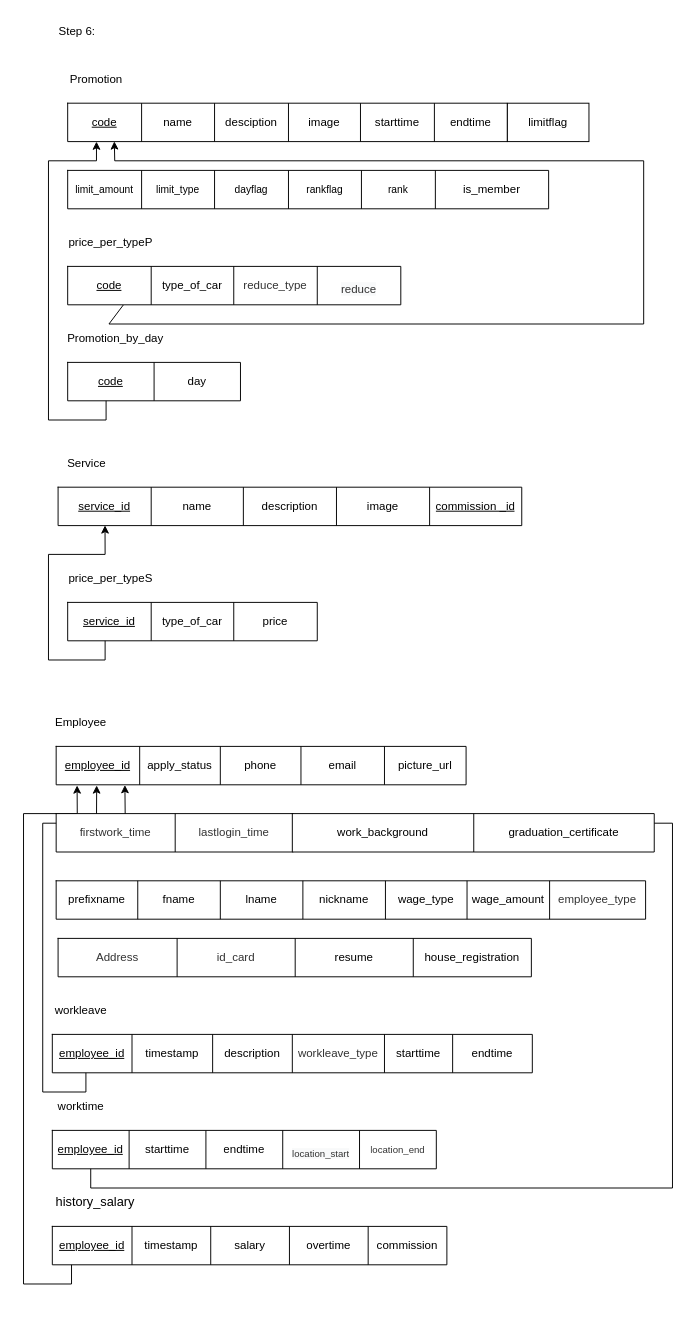
Before: page "Step_P4" (5 of 7) of carcare.drawio in jarawin/carcare, a draw.io diagram. Source tidied: cells renumbered, new cells numbered last; positions are measured from the earlier drawing's top-left corner, leaving out a move shared by most shapes. Both pictures are drawn from the tidied source at 96%, with x=0, y=0 at pixel (23, 16).
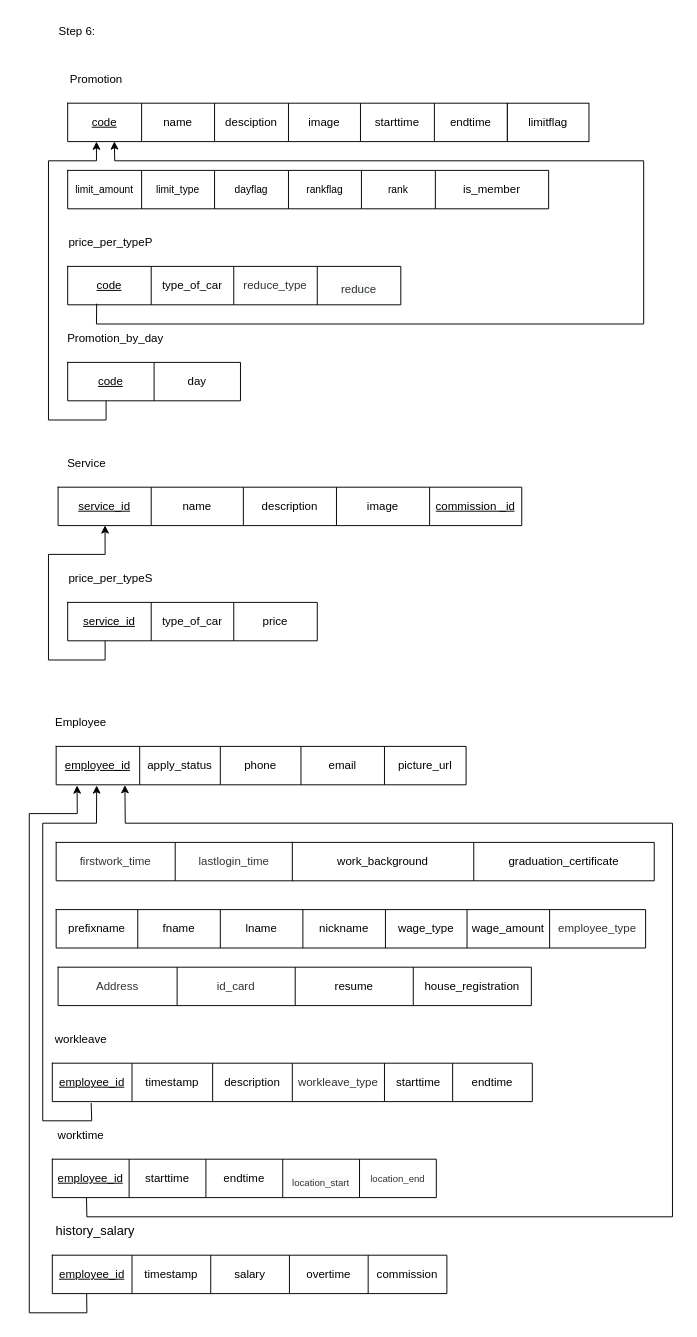
Above is the later version.

The change refers to these unchanged cells:
```xml
<mxCell id="6" style="shape=tableRow;horizontal=0;startSize=0;swimlaneHead=0;swimlaneBody=0;top=0;left=0;bottom=0;right=0;fillColor=none;points=[[0,0.5],[1,0.5]];portConstraint=eastwest;strokeColor=default;fontFamily=Helvetica;fontSize=12;fontColor=default;html=1;" parent="5" vertex="1">
  <mxGeometry width="347" height="40" as="geometry" />
</mxCell>
<mxCell id="29" style="shape=tableRow;horizontal=0;startSize=0;swimlaneHead=0;swimlaneBody=0;top=0;left=0;bottom=0;right=0;fillColor=none;points=[[0,0.5],[1,0.5]];portConstraint=eastwest;strokeColor=default;fontFamily=Helvetica;fontSize=12;fontColor=default;html=1;" parent="28" vertex="1">
  <mxGeometry width="500" height="40" as="geometry" />
</mxCell>
<mxCell id="38" style="shape=tableRow;horizontal=0;startSize=0;swimlaneHead=0;swimlaneBody=0;top=0;left=0;bottom=0;right=0;fillColor=none;points=[[0,0.5],[1,0.5]];portConstraint=eastwest;strokeColor=default;fontFamily=Helvetica;fontSize=12;fontColor=default;html=1;" parent="37" vertex="1">
  <mxGeometry width="400" height="40" as="geometry" />
</mxCell>
<mxCell id="46" style="shape=tableRow;horizontal=0;startSize=0;swimlaneHead=0;swimlaneBody=0;top=0;left=0;bottom=0;right=0;fillColor=none;points=[[0,0.5],[1,0.5]];portConstraint=eastwest;strokeColor=default;fontFamily=Helvetica;fontSize=12;fontColor=default;html=1;" parent="45" vertex="1">
  <mxGeometry width="411" height="40" as="geometry" />
</mxCell>
```

The edit, as a diff of the source:
```diff
@@
-    <mxCell id="17" style="endArrow=classic;html=1;rounded=0;fontFamily=Helvetica;fontSize=12;fontColor=default;startSize=0;exitX=0.167;exitY=1.005;exitDx=0;exitDy=0;exitPerimeter=0;entryX=0.09;entryY=0.995;entryDx=0;entryDy=0;entryPerimeter=0;" parent="1" edge="1" source="6">
+    <mxCell id="17" style="endArrow=classic;html=1;rounded=0;fontFamily=Helvetica;fontSize=12;fontColor=default;startSize=0;entryX=0.09;entryY=0.995;entryDx=0;entryDy=0;entryPerimeter=0;exitX=0.087;exitY=0.972;exitDx=0;exitDy=0;exitPerimeter=0;" parent="1" edge="1" source="6">
       <mxGeometry relative="1" as="geometry">
         <mxPoint x="94.6" y="129.8" as="targetPoint" />
         <Array as="points">
-          <mxPoint x="89" y="320" />
+          <mxPoint x="76" y="320" />
           <mxPoint x="646" y="320" />
           <mxPoint x="646" y="150" />
           <mxPoint x="95" y="150" />
         </Array>
       </mxGeometry>
     </mxCell>
@@
     <mxCell id="27" value="workleave" style="text;html=1;strokeColor=none;fillColor=none;align=center;verticalAlign=middle;whiteSpace=wrap;rounded=0;fontFamily=Helvetica;fontSize=12;fontColor=default;startSize=0;" parent="1" vertex="1">
-      <mxGeometry x="30" y="1020" width="60" height="30" as="geometry" />
+      <mxGeometry x="30" y="1050" width="60" height="30" as="geometry" />
     </mxCell>
     <mxCell id="28" style="shape=table;startSize=0;childLayout=tableLayout;strokeColor=default;fontFamily=Helvetica;fontSize=12;fontColor=default;fillColor=default;html=1;" parent="1" vertex="1">
-      <mxGeometry x="30" y="1060" width="500" height="40" as="geometry" />
+      <mxGeometry x="30" y="1090" width="500" height="40" as="geometry" />
     </mxCell>
@@
     <mxCell id="36" value="worktime" style="text;html=1;strokeColor=none;fillColor=none;align=center;verticalAlign=middle;whiteSpace=wrap;rounded=0;fontFamily=Helvetica;fontSize=12;fontColor=default;startSize=0;" parent="1" vertex="1">
-      <mxGeometry x="30" y="1120" width="60" height="30" as="geometry" />
+      <mxGeometry x="30" y="1150" width="60" height="30" as="geometry" />
     </mxCell>
     <mxCell id="37" style="shape=table;startSize=0;childLayout=tableLayout;strokeColor=default;fontFamily=Helvetica;fontSize=12;fontColor=default;fillColor=default;html=1;" parent="1" vertex="1">
-      <mxGeometry x="30" y="1160" width="400" height="40" as="geometry" />
+      <mxGeometry x="30" y="1190" width="400" height="40" as="geometry" />
     </mxCell>
@@
     <mxCell id="44" value="&lt;p class=&quot;MsoNormal&quot;&gt;&lt;span style=&quot;font-size: 10pt; line-height: 106%; font-family: Helvetica, sans-serif; background-image: initial; background-position: initial; background-size: initial; background-repeat: initial; background-attachment: initial; background-origin: initial; background-clip: initial;&quot;&gt;history_salary&lt;/span&gt;&lt;/p&gt;" style="text;html=1;strokeColor=none;fillColor=none;align=center;verticalAlign=middle;whiteSpace=wrap;rounded=0;fontFamily=Helvetica;fontSize=12;fontColor=default;startSize=0;" parent="1" vertex="1">
-      <mxGeometry x="30" y="1220" width="90" height="30" as="geometry" />
+      <mxGeometry x="30" y="1250" width="90" height="30" as="geometry" />
     </mxCell>
     <mxCell id="45" style="shape=table;startSize=0;childLayout=tableLayout;strokeColor=default;fontFamily=Helvetica;fontSize=12;fontColor=default;fillColor=default;html=1;" parent="1" vertex="1">
-      <mxGeometry x="30" y="1260" width="411" height="40" as="geometry" />
+      <mxGeometry x="30" y="1290" width="411" height="40" as="geometry" />
     </mxCell>
@@
-    <mxCell id="52" style="endArrow=classic;html=1;rounded=0;fontFamily=Helvetica;fontSize=12;fontColor=default;startSize=0;entryX=0.033;entryY=1.017;entryDx=0;entryDy=0;entryPerimeter=0;" parent="1" edge="1">
+    <mxCell id="52" style="endArrow=classic;html=1;rounded=0;fontFamily=Helvetica;fontSize=12;fontColor=default;startSize=0;entryX=0.033;entryY=1.017;entryDx=0;entryDy=0;entryPerimeter=0;exitX=0.087;exitY=1.005;exitDx=0;exitDy=0;exitPerimeter=0;" parent="1" edge="1" source="46">
       <mxGeometry relative="1" as="geometry">
-        <mxPoint x="50" y="1300" as="sourcePoint" />
         <mxPoint x="55.8" y="800.7" as="targetPoint" />
         <Array as="points">
-          <mxPoint x="50" y="1320" />
-          <mxPoint y="1320" />
-          <mxPoint y="830" />
+          <mxPoint x="66" y="1350" />
+          <mxPoint x="6" y="1350" />
+          <mxPoint x="6" y="830" />
           <mxPoint x="56" y="830" />
         </Array>
       </mxGeometry>
     </mxCell>
-    <mxCell id="53" style="endArrow=classic;html=1;rounded=0;fontFamily=Helvetica;fontSize=12;fontColor=default;startSize=0;entryX=0.116;entryY=1.008;entryDx=0;entryDy=0;entryPerimeter=0;" parent="1" edge="1">
+    <mxCell id="53" style="endArrow=classic;html=1;rounded=0;fontFamily=Helvetica;fontSize=12;fontColor=default;startSize=0;entryX=0.116;entryY=1.008;entryDx=0;entryDy=0;entryPerimeter=0;exitX=0.089;exitY=0.989;exitDx=0;exitDy=0;exitPerimeter=0;" parent="1" edge="1" source="38">
       <mxGeometry relative="1" as="geometry">
-        <mxPoint x="70" y="1200" as="sourcePoint" />
         <mxPoint x="105.6" y="800.3" as="targetPoint" />
         <Array as="points">
-          <mxPoint x="70" y="1220" />
-          <mxPoint x="676" y="1220" />
+          <mxPoint x="66" y="1250" />
+          <mxPoint x="676" y="1250" />
           <mxPoint x="676" y="840" />
           <mxPoint x="106" y="840" />
         </Array>
       </mxGeometry>
     </mxCell>
-    <mxCell id="54" style="endArrow=classic;html=1;rounded=0;fontFamily=Helvetica;fontSize=12;fontColor=default;startSize=0;entryX=0.067;entryY=1.017;entryDx=0;entryDy=0;entryPerimeter=0;" parent="1" edge="1">
+    <mxCell id="54" style="endArrow=classic;html=1;rounded=0;fontFamily=Helvetica;fontSize=12;fontColor=default;startSize=0;entryX=0.067;entryY=1.017;entryDx=0;entryDy=0;entryPerimeter=0;exitX=0.081;exitY=1.036;exitDx=0;exitDy=0;exitPerimeter=0;" parent="1" edge="1" source="29">
       <mxGeometry relative="1" as="geometry">
-        <mxPoint x="65" y="1100" as="sourcePoint" />
         <mxPoint x="76.2" y="800.7" as="targetPoint" />
         <Array as="points">
-          <mxPoint x="65" y="1120" />
-          <mxPoint x="20" y="1120" />
+          <mxPoint x="71" y="1150" />
+          <mxPoint x="20" y="1150" />
           <mxPoint x="20" y="840" />
           <mxPoint x="76" y="840" />
         </Array>
       </mxGeometry>
     </mxCell>
@@
     <mxCell id="78" style="shape=table;startSize=0;childLayout=tableLayout;strokeColor=default;fontFamily=Helvetica;fontSize=12;fontColor=default;fillColor=default;html=1;" parent="1" vertex="1">
-      <mxGeometry x="34" y="830" width="247" height="40" as="geometry" />
+      <mxGeometry x="34" y="860" width="247" height="40" as="geometry" />
     </mxCell>
@@
     <mxCell id="82" style="shape=table;startSize=0;childLayout=tableLayout;strokeColor=default;fontFamily=Helvetica;fontSize=12;fontColor=default;fillColor=default;html=1;" parent="1" vertex="1">
-      <mxGeometry x="34" y="900" width="614" height="40" as="geometry" />
+      <mxGeometry x="34" y="930" width="614" height="40" as="geometry" />
     </mxCell>
@@
     <mxCell id="91" style="shape=table;startSize=0;childLayout=tableLayout;strokeColor=default;fontFamily=Helvetica;fontSize=12;fontColor=default;fillColor=default;html=1;" parent="1" vertex="1">
-      <mxGeometry x="280" y="830" width="377" height="40" as="geometry" />
+      <mxGeometry x="280" y="860" width="377" height="40" as="geometry" />
     </mxCell>
@@
     <mxCell id="103" style="shape=table;startSize=0;childLayout=tableLayout;strokeColor=default;fontFamily=Helvetica;fontSize=12;fontColor=default;fillColor=default;html=1;" parent="1" vertex="1">
-      <mxGeometry x="36" y="960" width="493" height="40" as="geometry" />
+      <mxGeometry x="36" y="990" width="493" height="40" as="geometry" />
     </mxCell>
```
